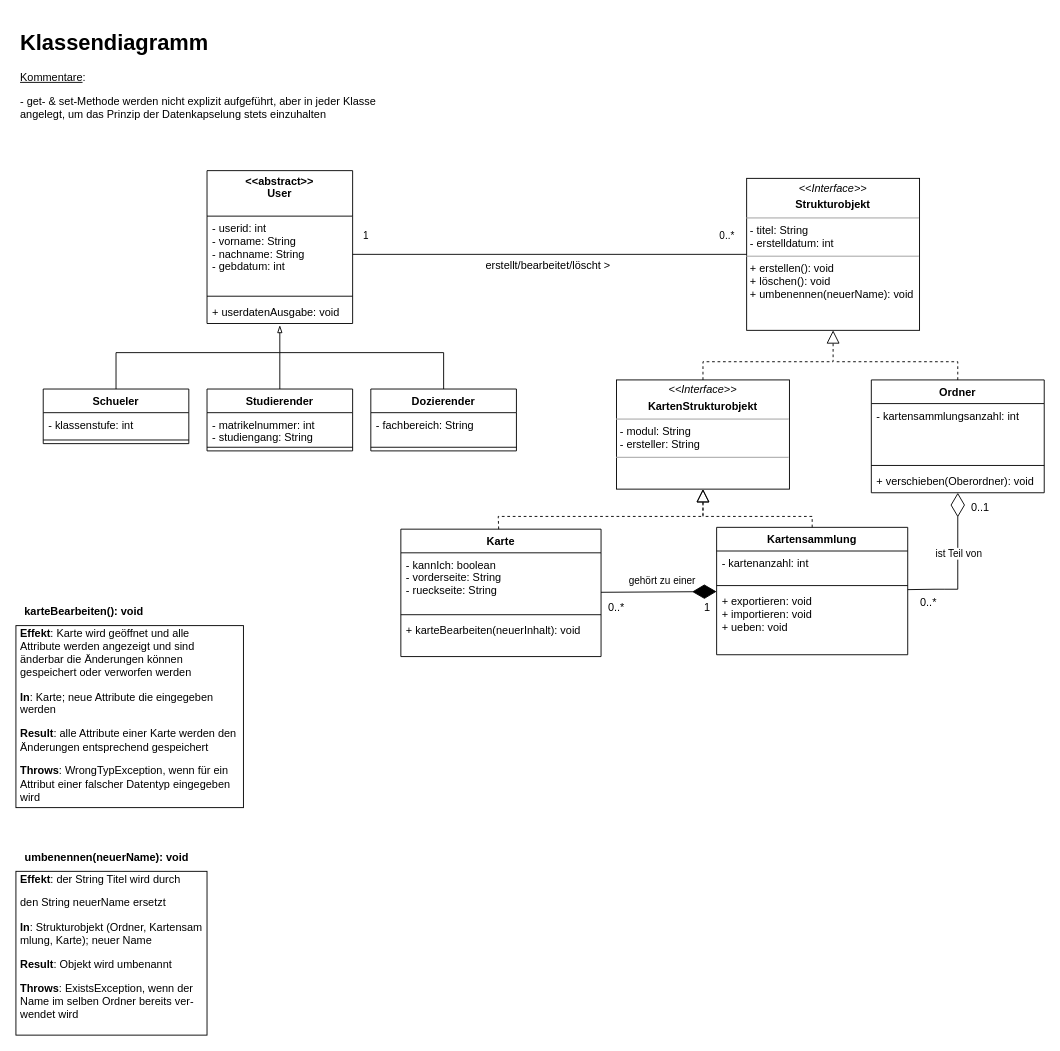
Above: page "Klassendiagramm" (3 of 5) of Modellierungen.drawio in flixoflax/LKVP (draw.io), before the change. Source tidied: cells renumbered, new cells numbered last; positions are measured from the earlier drawing's top-left corner, leaving out a move shared by most shapes. Both pictures are drawn from the tidied source at 91%, with x=0, y=0 at pixel (15, 25).
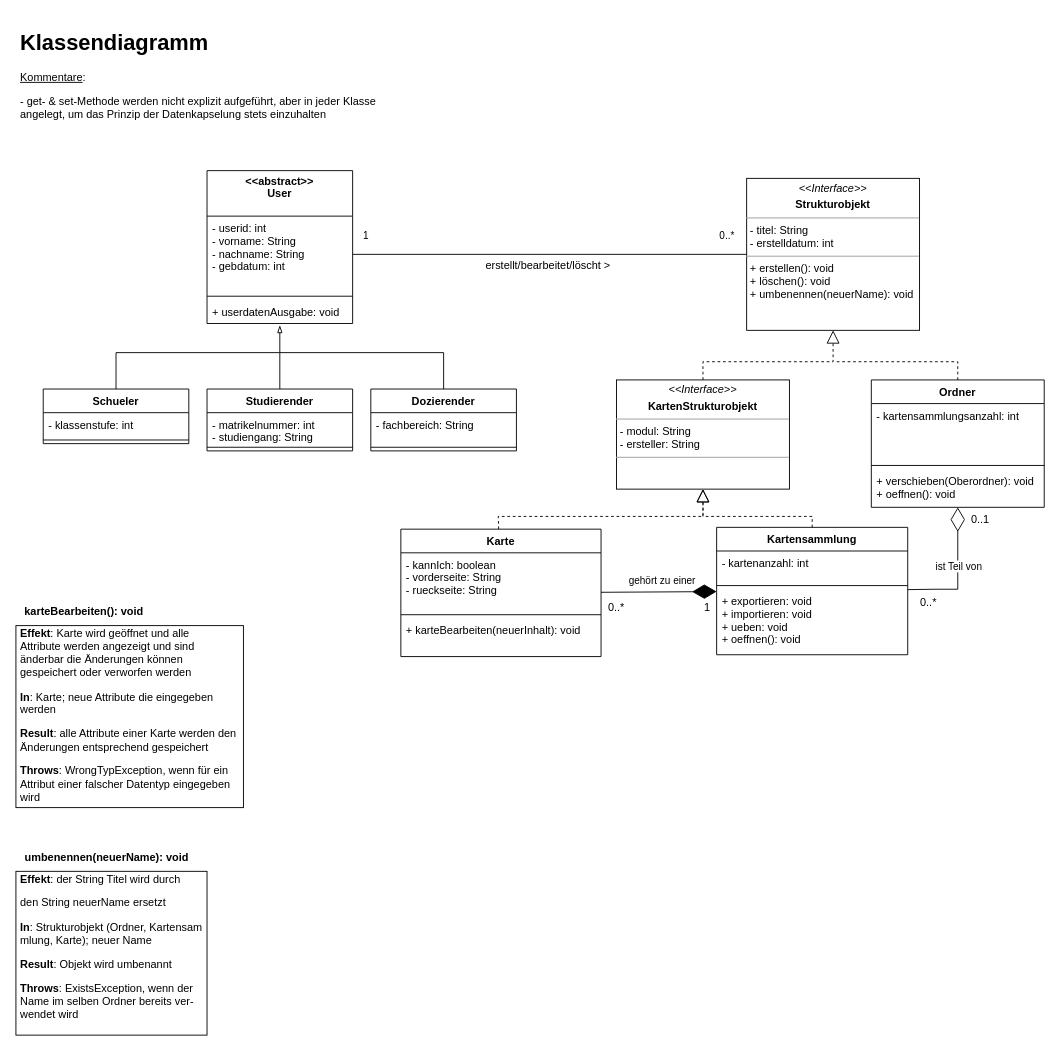
The same page after the edit.

Commit message:
Sequenzdiagramm bearbeitet

Fertigstellung des Sequenzdiagramms in der Vorlesung 15.06.

The change refers to these unchanged cells:
```xml
<mxCell id="20" value="Kartensammlung" style="swimlane;fontStyle=1;align=center;verticalAlign=top;horizontal=1;startSize=26;" parent="1" vertex="1">
  <mxGeometry x="770" y="552" width="210" height="140" as="geometry" />
</mxCell>
```

Diff of the diagram source:
```diff
@@
-    <mxCell id="23" value="+ exportieren: void&#10;+ importieren: void &#10;+ ueben: void&#10;&#10;" style="text;strokeColor=none;fillColor=none;align=left;verticalAlign=top;spacingLeft=4;spacingRight=4;overflow=hidden;" parent="20" vertex="1">
+    <mxCell id="23" value="+ exportieren: void&#10;+ importieren: void &#10;+ ueben: void&#10;+ oeffnen(): void&#10;&#10;" style="text;strokeColor=none;fillColor=none;align=left;verticalAlign=top;spacingLeft=4;spacingRight=4;overflow=hidden;" parent="20" vertex="1">
       <mxGeometry y="68" width="210" height="72" as="geometry" />
     </mxCell>
@@
     <mxCell id="25" value="Ordner" style="swimlane;fontStyle=1;align=center;verticalAlign=top;horizontal=1;startSize=26;" parent="1" vertex="1">
-      <mxGeometry x="940" y="390" width="190" height="124" as="geometry" />
+      <mxGeometry x="940" y="390" width="190" height="140" as="geometry" />
     </mxCell>
@@
-    <mxCell id="28" value="+ verschieben(Oberordner): void" style="text;strokeColor=none;fillColor=none;align=left;verticalAlign=top;spacingLeft=4;spacingRight=4;overflow=hidden;" parent="25" vertex="1">
-      <mxGeometry y="98" width="190" height="26" as="geometry" />
+    <mxCell id="28" value="+ verschieben(Oberordner): void&#10;+ oeffnen(): void&#10;" style="text;strokeColor=none;fillColor=none;align=left;verticalAlign=top;spacingLeft=4;spacingRight=4;overflow=hidden;" parent="25" vertex="1">
+      <mxGeometry y="98" width="190" height="42" as="geometry" />
     </mxCell>
@@
     <mxCell id="42" value="0..1" style="text;html=1;strokeColor=none;fillColor=none;align=center;verticalAlign=middle;whiteSpace=wrap;rounded=0;" parent="1" vertex="1">
-      <mxGeometry x="1050" y="520" width="20" height="20" as="geometry" />
+      <mxGeometry x="1050" y="534" width="20" height="20" as="geometry" />
     </mxCell>
```
